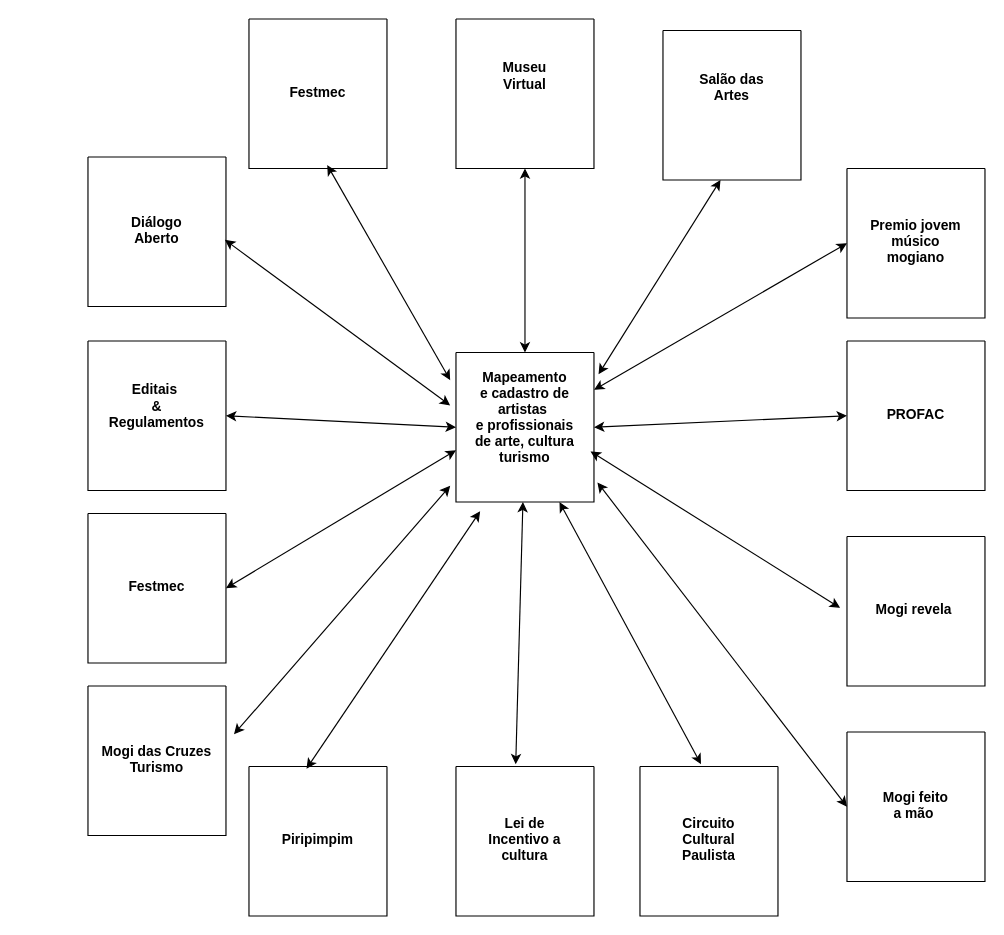
Above: Cultura/use-case-diagrams/Diagrama sem nome.drawio in NelioJunior/prefeitura-mogi-das-cruzes (draw.io), before the change. Source tidied: cells renumbered, new cells numbered last; positions are measured from the earlier drawing's top-left corner, leaving out a move shared by most shapes. Both pictures are drawn from the tidied source at 115%, with x=0, y=0 at pixel (87, 18).
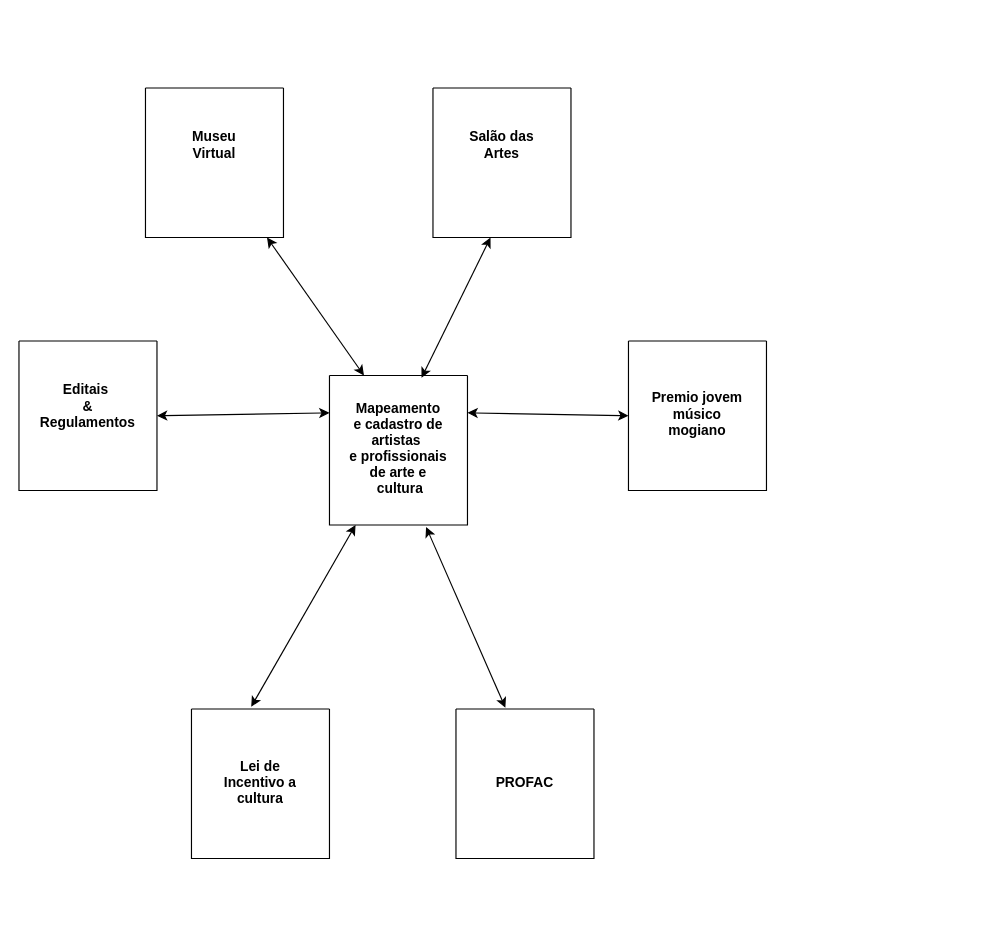
The same diagram, later.

Diff of the diagram source:
```diff
@@
     <mxCell id="2" value="&#10;&#10;&#10;&#10;&#10;&#10;&#10;&#10;Museu&#10;Virtual&#10;" style="swimlane;startSize=0;" parent="1" vertex="1">
-      <mxGeometry x="320" width="120" height="130" as="geometry" />
+      <mxGeometry x="50" y="60" width="120" height="130" as="geometry" />
     </mxCell>
-    <mxCell id="3" style="endArrow=classic;startArrow=classic;html=1;rounded=0;entryX=0.5;entryY=0;entryDx=0;entryDy=0;" parent="1" edge="1" source="2">
-      <mxGeometry relative="1" as="geometry">
-        <mxPoint x="380" y="290" as="targetPoint" />
-      </mxGeometry>
+    <mxCell id="3" style="endArrow=classic;startArrow=classic;html=1;rounded=0;entryX=0.25;entryY=0;entryDx=0;entryDy=0;" parent="1" edge="1" source="2" target="10">
+      <mxGeometry relative="1" as="geometry" />
     </mxCell>
-    <mxCell id="4" style="endArrow=classic;startArrow=classic;html=1;rounded=0;exitX=1;exitY=0.5;exitDx=0;exitDy=0;entryX=0;entryY=0.5;entryDx=0;entryDy=0;" parent="1" edge="1" source="10" target="5">
+    <mxCell id="4" style="endArrow=classic;startArrow=classic;html=1;rounded=0;exitX=0.7;exitY=1.013;exitDx=0;exitDy=0;entryX=0.358;entryY=-0.008;entryDx=0;entryDy=0;entryPerimeter=0;exitPerimeter=0;" parent="1" edge="1" source="10" target="5">
       <mxGeometry relative="1" as="geometry" />
     </mxCell>
     <mxCell id="5" value="&#10;&#10;&#10;&#10;&#10;&#10;&#10;&#10;&#10;PROFAC" style="swimlane;startSize=0;" parent="1" vertex="1">
-      <mxGeometry x="660" y="280" width="120" height="130" as="geometry" />
+      <mxGeometry x="320" y="600" width="120" height="130" as="geometry" />
     </mxCell>
     <mxCell id="6" value="&#10;&#10;&#10;&#10;&#10;&#10;&#10;&#10;&#10;Lei de&#10;Incentivo a&#10;cultura" style="swimlane;startSize=0;" parent="1" vertex="1">
-      <mxGeometry x="320" y="650" width="120" height="130" as="geometry" />
+      <mxGeometry x="90" y="600" width="120" height="130" as="geometry" />
     </mxCell>
@@
     <mxCell id="8" value="&#10;&#10;&#10;&#10;&#10;&#10;&#10;&#10;Editais &#10;&amp;&#10;Regulamentos" style="swimlane;startSize=0;" parent="1" vertex="1">
-      <mxGeometry y="280" width="120" height="130" as="geometry" />
+      <mxGeometry x="-60" y="280" width="120" height="130" as="geometry" />
     </mxCell>
-    <mxCell id="9" style="endArrow=classic;startArrow=classic;html=1;rounded=0;exitX=1;exitY=0.5;exitDx=0;exitDy=0;entryX=0;entryY=0.5;entryDx=0;entryDy=0;" parent="1" edge="1" source="8" target="10">
+    <mxCell id="9" style="endArrow=classic;startArrow=classic;html=1;rounded=0;exitX=1;exitY=0.5;exitDx=0;exitDy=0;entryX=0;entryY=0.25;entryDx=0;entryDy=0;" parent="1" edge="1" source="8" target="10">
       <mxGeometry relative="1" as="geometry" />
     </mxCell>
-    <mxCell id="10" value="&#10;&#10;&#10;&#10;&#10;&#10;&#10;&#10;&#10;Mapeamento&#10;e cadastro de&#10;artistas &#10;e profissionais&#10;de arte, cultura&#10;turismo&#10;" style="swimlane;startSize=0;" parent="1" vertex="1">
-      <mxGeometry x="320" y="290" width="120" height="130" as="geometry" />
+    <mxCell id="10" value="&#10;&#10;&#10;&#10;&#10;&#10;&#10;&#10;&#10;&#10;&#10;Mapeamento&#10;e cadastro de&#10;artistas &#10;e profissionais&#10;de arte e&#10; cultura&#10;&#10;" style="swimlane;startSize=0;" parent="1" vertex="1">
+      <mxGeometry x="210" y="310" width="120" height="130" as="geometry" />
     </mxCell>
     <mxCell id="11" value="&#10;&#10;&#10;&#10;&#10;&#10;&#10;&#10;&#10;Salão das&#10;Artes&#10;&#10;" style="swimlane;startSize=0;" parent="1" vertex="1">
-      <mxGeometry x="500" y="10" width="120" height="130" as="geometry" />
+      <mxGeometry x="300" y="60" width="120" height="130" as="geometry" />
     </mxCell>
-    <mxCell id="12" style="endArrow=classic;startArrow=classic;html=1;rounded=0;entryX=1.033;entryY=0.146;entryDx=0;entryDy=0;entryPerimeter=0;exitX=0.417;exitY=1;exitDx=0;exitDy=0;exitPerimeter=0;" parent="1" edge="1" source="11" target="10">
+    <mxCell id="12" style="endArrow=classic;startArrow=classic;html=1;rounded=0;entryX=0.667;entryY=0.016;entryDx=0;entryDy=0;entryPerimeter=0;exitX=0.417;exitY=1;exitDx=0;exitDy=0;exitPerimeter=0;" parent="1" edge="1" source="11" target="10">
       <mxGeometry relative="1" as="geometry" />
     </mxCell>
-    <mxCell id="13" value="&#10;&#10;&#10;&#10;&#10;&#10;&#10;&#10;&#10;Mogi feito&#10;a mão " style="swimlane;startSize=0;" parent="1" vertex="1">
-      <mxGeometry x="660" y="620" width="120" height="130" as="geometry" />
-    </mxCell>
-    <mxCell id="14" style="endArrow=classic;startArrow=classic;html=1;rounded=0;entryX=0;entryY=0.5;entryDx=0;entryDy=0;exitX=1.025;exitY=0.869;exitDx=0;exitDy=0;exitPerimeter=0;" parent="1" edge="1" source="10" target="13">
-      <mxGeometry relative="1" as="geometry" />
-    </mxCell>
-    <mxCell id="15" value="&#10;&#10;&#10;&#10;&#10;&#10;&#10;&#10;&#10;Festmec" style="swimlane;startSize=0;" parent="1" vertex="1">
-      <mxGeometry x="140" width="120" height="130" as="geometry" />
-    </mxCell>
-    <mxCell id="16" style="endArrow=classic;startArrow=classic;html=1;rounded=0;entryX=-0.042;entryY=0.185;entryDx=0;entryDy=0;entryPerimeter=0;exitX=0.567;exitY=0.977;exitDx=0;exitDy=0;exitPerimeter=0;" parent="1" edge="1" source="15" target="10">
-      <mxGeometry relative="1" as="geometry" />
-    </mxCell>
-    <mxCell id="17" value="&#10;&#10;&#10;&#10;&#10;&#10;&#10;&#10;&#10;Festmec" style="swimlane;startSize=0;" parent="1" vertex="1">
-      <mxGeometry y="430" width="120" height="130" as="geometry" />
-    </mxCell>
-    <mxCell id="18" style="endArrow=classic;startArrow=classic;html=1;rounded=0;entryX=0;entryY=0.654;entryDx=0;entryDy=0;exitX=1;exitY=0.5;exitDx=0;exitDy=0;entryPerimeter=0;" parent="1" edge="1" source="17" target="10">
-      <mxGeometry relative="1" as="geometry" />
-    </mxCell>
-    <mxCell id="19" value="&#10;&#10;&#10;&#10;&#10;&#10;&#10;&#10;&#10;Piripimpim" style="swimlane;startSize=0;" parent="1" vertex="1">
-      <mxGeometry x="140" y="650" width="120" height="130" as="geometry" />
-    </mxCell>
-    <mxCell id="20" style="endArrow=classic;startArrow=classic;html=1;rounded=0;entryX=0.175;entryY=1.062;entryDx=0;entryDy=0;entryPerimeter=0;exitX=0.417;exitY=0.015;exitDx=0;exitDy=0;exitPerimeter=0;" parent="1" edge="1" source="19" target="10">
-      <mxGeometry relative="1" as="geometry" />
-    </mxCell>
-    <mxCell id="21" value="&#10;&#10;&#10;&#10;&#10;&#10;&#10;&#10;&#10;Circuito &#10;Cultural&#10;Paulista" style="swimlane;startSize=0;" parent="1" vertex="1">
-      <mxGeometry x="480" y="650" width="120" height="130" as="geometry" />
-    </mxCell>
-    <mxCell id="22" style="endArrow=classic;startArrow=classic;html=1;rounded=0;entryX=0.442;entryY=-0.015;entryDx=0;entryDy=0;exitX=1.025;exitY=0.869;exitDx=0;exitDy=0;exitPerimeter=0;entryPerimeter=0;" parent="1" edge="1" target="21">
-      <mxGeometry relative="1" as="geometry">
-        <mxPoint x="410" y="420" as="sourcePoint" />
-      </mxGeometry>
-    </mxCell>
     <mxCell id="23" value="&#10;&#10;&#10;&#10;&#10;&#10;&#10;&#10;&#10;Premio jovem&#10;músico&#10;mogiano" style="swimlane;startSize=0;" parent="1" vertex="1">
-      <mxGeometry x="660" y="130" width="120" height="130" as="geometry" />
+      <mxGeometry x="470" y="280" width="120" height="130" as="geometry" />
     </mxCell>
@@
-    <mxCell id="25" value="&#10;&#10;&#10;&#10;&#10;&#10;&#10;&#10;&#10;Diálogo&#10;Aberto" style="swimlane;startSize=0;" parent="1" vertex="1">
-      <mxGeometry y="120" width="120" height="130" as="geometry" />
-    </mxCell>
-    <mxCell id="26" style="endArrow=classic;startArrow=classic;html=1;rounded=0;entryX=-0.042;entryY=0.354;entryDx=0;entryDy=0;entryPerimeter=0;exitX=0.992;exitY=0.554;exitDx=0;exitDy=0;exitPerimeter=0;" parent="1" edge="1" source="25" target="10">
-      <mxGeometry relative="1" as="geometry" />
-    </mxCell>
-    <mxCell id="27" value="&#10;&#10;&#10;&#10;&#10;&#10;&#10;&#10;&#10;Mogi revela " style="swimlane;startSize=0;" parent="1" vertex="1">
-      <mxGeometry x="660" y="450" width="120" height="130" as="geometry" />
-    </mxCell>
-    <mxCell id="28" style="endArrow=classic;startArrow=classic;html=1;rounded=0;exitX=0.975;exitY=0.662;exitDx=0;exitDy=0;entryX=-0.05;entryY=0.477;entryDx=0;entryDy=0;entryPerimeter=0;exitPerimeter=0;" parent="1" edge="1" source="10" target="27">
-      <mxGeometry relative="1" as="geometry" />
-    </mxCell>
-    <mxCell id="29" value="&#10;&#10;&#10;&#10;&#10;&#10;&#10;&#10;&#10;Mogi das Cruzes&#10;Turismo" style="swimlane;startSize=0;" parent="1" vertex="1">
-      <mxGeometry y="580" width="120" height="130" as="geometry" />
-    </mxCell>
-    <mxCell id="30" style="endArrow=classic;startArrow=classic;html=1;rounded=0;entryX=-0.042;entryY=0.892;entryDx=0;entryDy=0;exitX=1.058;exitY=0.323;exitDx=0;exitDy=0;exitPerimeter=0;entryPerimeter=0;" parent="1" edge="1" source="29" target="10">
-      <mxGeometry relative="1" as="geometry" />
-    </mxCell>
```
